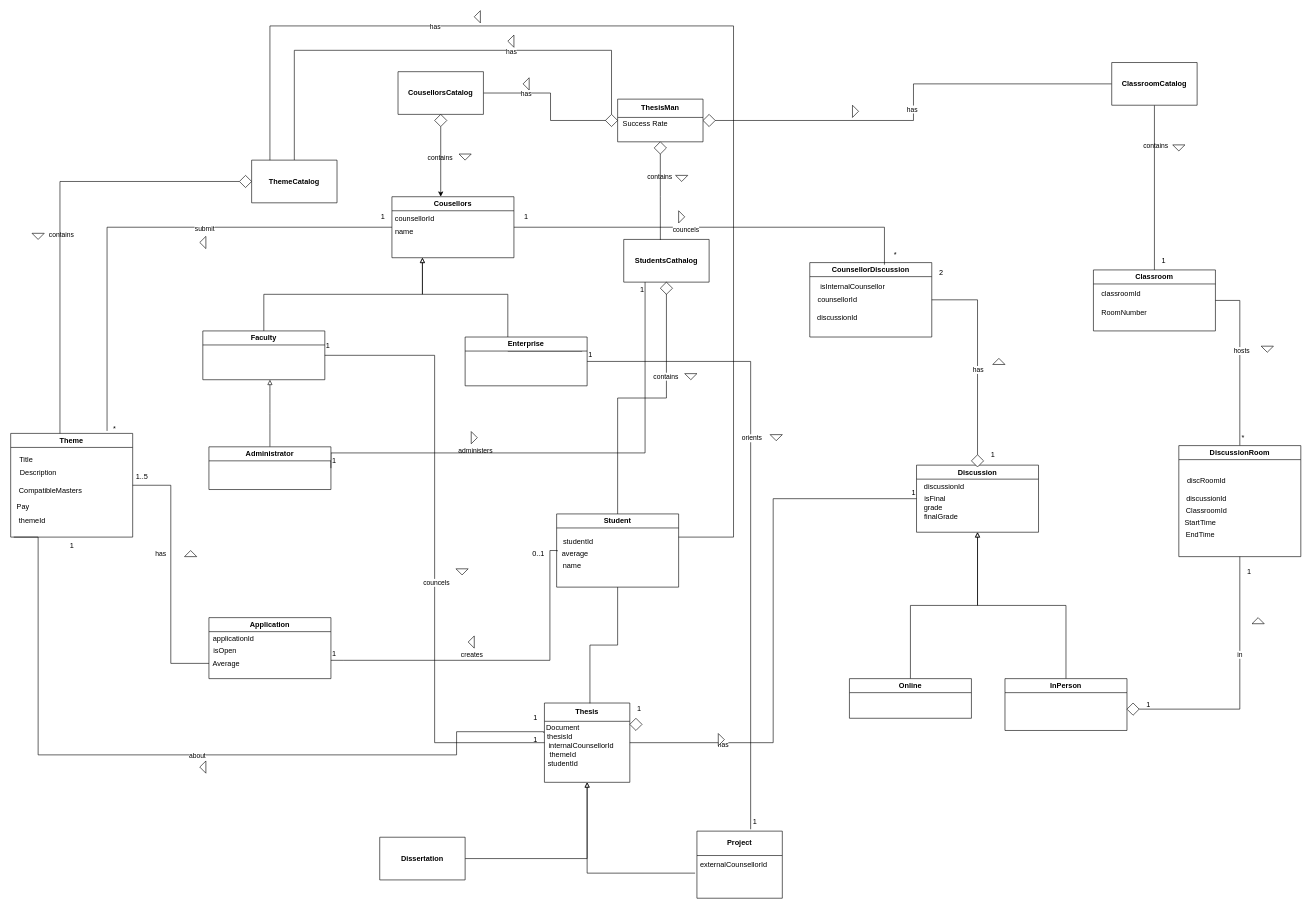
Before: CSS.drawio in SergioEsteves3/CSS, a draw.io diagram. Source tidied: cells renumbered, new cells numbered last; positions are measured from the earlier drawing's top-left corner, leaving out a move shared by most shapes. Both pictures are drawn from the tidied source at 61%, with x=0, y=0 at pixel (10, 10).
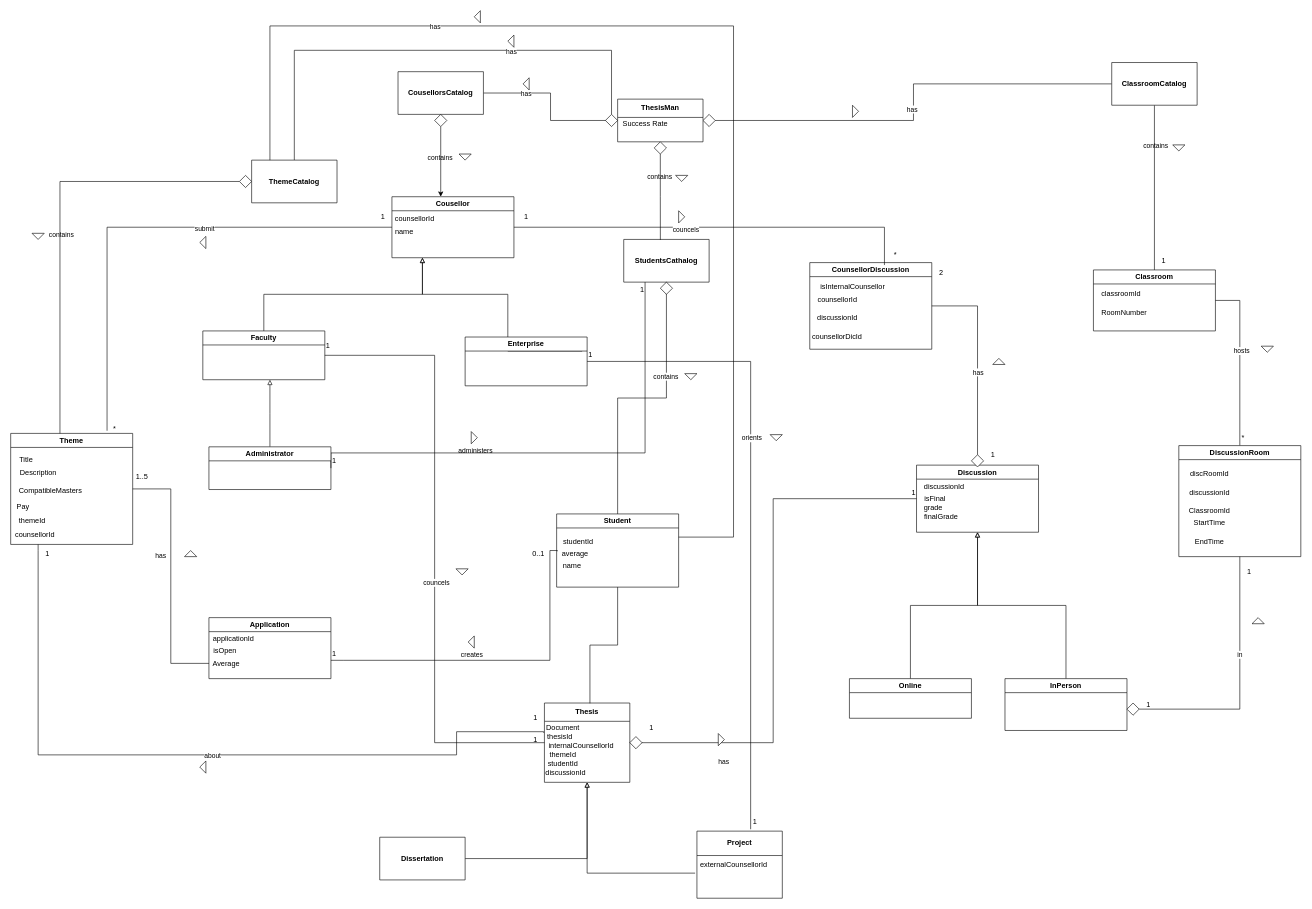
Above is the later version.

The change refers to these unchanged cells:
```xml
<mxCell id="44" style="edgeStyle=orthogonalEdgeStyle;rounded=0;jettySize=auto;html=1;entryX=0;entryY=0.5;entryDx=0;entryDy=0;endArrow=none;endFill=0;labelBackgroundColor=none;fontColor=default;" parent="1" edge="1" source="48" target="76">
  <mxGeometry relative="1" as="geometry" />
</mxCell>
<mxCell id="48" value="Thesis" style="swimlane;whiteSpace=wrap;html=1;startSize=30;labelBackgroundColor=none;" parent="1" vertex="1">
  <mxGeometry x="875" y="1135" width="140" height="130" as="geometry" />
</mxCell>
<mxCell id="91" value="DiscussionRoom" style="swimlane;whiteSpace=wrap;html=1;labelBackgroundColor=none;" parent="1" vertex="1">
  <mxGeometry x="1915" y="713" width="200" height="182" as="geometry" />
</mxCell>
<mxCell id="121" value="1" style="text;html=1;align=center;verticalAlign=middle;points=[];strokeColor=none;fillColor=none;labelBackgroundColor=none;" parent="1" vertex="1">
  <mxGeometry x="845" y="1180" width="30" height="30" as="geometry" />
</mxCell>
```

What changed in the source:
```diff
@@
     <mxCell id="27" value="Theme" style="swimlane;whiteSpace=wrap;html=1;labelBackgroundColor=none;" parent="1" vertex="1">
-      <mxGeometry y="693" width="200" height="170" as="geometry" />
+      <mxGeometry y="693" width="200" height="182" as="geometry" />
     </mxCell>
@@
+    <mxCell id="161" value="counsellorId" style="text;html=1;align=center;verticalAlign=middle;whiteSpace=wrap;rounded=0;" parent="27" vertex="1">
+      <mxGeometry x="10" y="152" width="60" height="30" as="geometry" />
+    </mxCell>
@@
     <mxCell id="45" value="has" style="edgeLabel;html=1;align=center;verticalAlign=middle;" parent="44" vertex="1">
-      <mxGeometry x="-0.65" y="-3" relative="1" as="geometry" />
+      <mxGeometry x="-0.65" y="-3" relative="1" as="geometry">
+        <mxPoint x="1" y="27" as="offset" />
+      </mxGeometry>
     </mxCell>
-    <mxCell id="46" style="edgeStyle=orthogonalEdgeStyle;rounded=0;jettySize=auto;html=1;endArrow=none;endFill=0;labelBackgroundColor=none;fontColor=default;entryX=0.25;entryY=1;entryDx=0;entryDy=0;exitX=0.96;exitY=0.131;exitDx=0;exitDy=0;exitPerimeter=0;" parent="1" edge="1" source="121">
+    <mxCell id="46" style="edgeStyle=orthogonalEdgeStyle;rounded=0;jettySize=auto;html=1;endArrow=none;endFill=0;labelBackgroundColor=none;fontColor=default;exitX=0.96;exitY=0.131;exitDx=0;exitDy=0;exitPerimeter=0;" parent="1" edge="1" source="121">
       <mxGeometry relative="1" as="geometry">
-        <mxPoint x="5" y="863" as="targetPoint" />
+        <mxPoint x="45" y="875" as="targetPoint" />
         <Array as="points">
           <mxPoint x="874" y="1182" />
           <mxPoint x="731" y="1182" />
           <mxPoint x="731" y="1220" />
           <mxPoint x="45" y="1220" />
-          <mxPoint x="45" y="863" />
+          <mxPoint x="45" y="885" />
         </Array>
       </mxGeometry>
     </mxCell>
@@
+    <mxCell id="162" value="discussionId" style="text;html=1;align=center;verticalAlign=middle;whiteSpace=wrap;rounded=0;" parent="48" vertex="1">
+      <mxGeometry x="5" y="100" width="60" height="30" as="geometry" />
+    </mxCell>
@@
-    <mxCell id="62" value="Cousellors" style="swimlane;whiteSpace=wrap;html=1;labelBackgroundColor=none;" parent="1" vertex="1">
+    <mxCell id="62" value="Cousellor" style="swimlane;whiteSpace=wrap;html=1;labelBackgroundColor=none;" parent="1" vertex="1">
       <mxGeometry x="625" y="305" width="200" height="100" as="geometry" />
     </mxCell>
@@
     <mxCell id="69" value="CounsellorDiscussion" style="swimlane;whiteSpace=wrap;html=1;startSize=23;labelBackgroundColor=none;" parent="1" vertex="1">
-      <mxGeometry x="1310" y="413" width="200" height="122" as="geometry" />
+      <mxGeometry x="1310" y="413" width="200" height="142" as="geometry" />
     </mxCell>
@@
+    <mxCell id="163" value="counsellorDicId" style="text;html=1;align=center;verticalAlign=middle;whiteSpace=wrap;rounded=0;" parent="69" vertex="1">
+      <mxGeometry x="15" y="106" width="60" height="30" as="geometry" />
+    </mxCell>
@@
     <mxCell id="81" style="rhombus;whiteSpace=wrap;html=1;labelBackgroundColor=none;" parent="1" vertex="1">
-      <mxGeometry x="1015" y="1160" width="20" height="20" as="geometry" />
+      <mxGeometry x="1015" y="1190" width="20" height="20" as="geometry" />
     </mxCell>
@@
     <mxCell id="92" value="StartTime" style="text;html=1;align=center;verticalAlign=middle;strokeColor=none;fillColor=none;labelBackgroundColor=none;" parent="91" vertex="1">
-      <mxGeometry x="-5" y="112" width="80" height="30" as="geometry" />
+      <mxGeometry x="10" y="112" width="80" height="30" as="geometry" />
     </mxCell>
     <mxCell id="93" value="EndTime" style="text;html=1;align=center;verticalAlign=middle;strokeColor=none;fillColor=none;labelBackgroundColor=none;" parent="91" vertex="1">
-      <mxGeometry y="132" width="70" height="30" as="geometry" />
+      <mxGeometry x="15" y="142" width="70" height="30" as="geometry" />
     </mxCell>
     <mxCell id="94" value="discussionId" style="text;html=1;align=center;verticalAlign=middle;strokeColor=none;fillColor=none;" parent="91" vertex="1">
-      <mxGeometry y="72" width="90" height="30" as="geometry" />
+      <mxGeometry x="5" y="62" width="90" height="30" as="geometry" />
     </mxCell>
     <mxCell id="95" value="ClassroomId" style="text;html=1;align=center;verticalAlign=middle;strokeColor=none;fillColor=none;" parent="91" vertex="1">
-      <mxGeometry x="-5" y="92" width="100" height="30" as="geometry" />
+      <mxGeometry y="92" width="100" height="30" as="geometry" />
     </mxCell>
     <mxCell id="96" value="discRoomId" style="text;html=1;align=center;verticalAlign=middle;strokeColor=none;fillColor=none;" parent="91" vertex="1">
-      <mxGeometry y="42" width="90" height="30" as="geometry" />
+      <mxGeometry x="5" y="32" width="90" height="30" as="geometry" />
     </mxCell>
@@
     <mxCell id="122" value="1" style="text;html=1;align=center;verticalAlign=middle;strokeColor=none;fillColor=none;labelBackgroundColor=none;" parent="1" vertex="1">
-      <mxGeometry x="85" y="863" width="30" height="30" as="geometry" />
+      <mxGeometry x="45" y="875" width="30" height="30" as="geometry" />
     </mxCell>
@@
     <mxCell id="127" value="1" style="text;html=1;align=center;verticalAlign=middle;strokeColor=none;fillColor=none;labelBackgroundColor=none;" parent="1" vertex="1">
-      <mxGeometry x="1015" y="1130" width="30" height="30" as="geometry" />
+      <mxGeometry x="1035" y="1160" width="30" height="30" as="geometry" />
     </mxCell>
```
